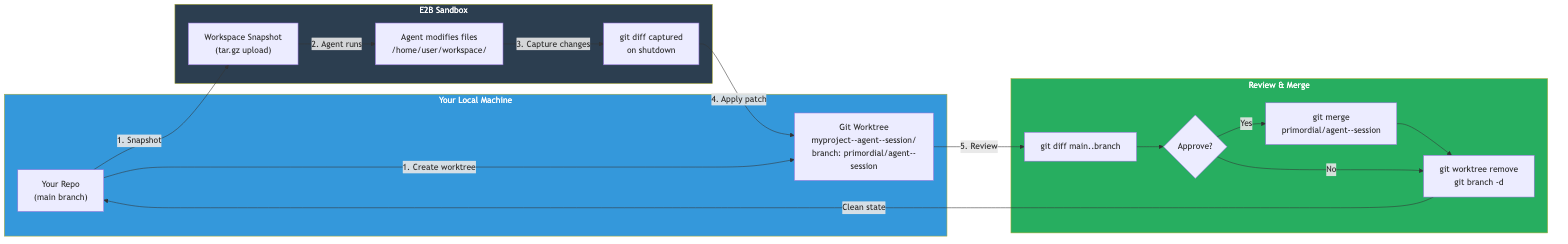
This is docs/diagrams/workspace-isolation.png from andybrowning5/primordial-agentstore, a Mermaid export, as it was before one commit. Its source is kept beside it as docs/diagrams/workspace-isolation.mmd. Its diagram source:
```mermaid
graph LR
    subgraph Local["Your Local Machine"]
        Main["Your Repo<br/>(main branch)"]
        WT["Git Worktree<br/>myproject--agent--session/<br/>branch: primordial/agent--session"]
    end

    subgraph Cloud["E2B Sandbox"]
        Snapshot["Workspace Snapshot<br/>(tar.gz upload)"]
        AgentWork["Agent modifies files<br/>/home/user/workspace/"]
        Diff["git diff captured<br/>on shutdown"]
    end

    subgraph Review["Review & Merge"]
        GitDiff["git diff main..branch"]
        Approve{Approve?}
        Merge["git merge<br/>primordial/agent--session"]
        Cleanup["git worktree remove<br/>git branch -d"]
    end

    Main -->|"1. Snapshot"| Snapshot
    Main -->|"1. Create worktree"| WT
    Snapshot -->|"2. Agent runs"| AgentWork
    AgentWork -->|"3. Capture changes"| Diff
    Diff -->|"4. Apply patch"| WT
    WT -->|"5. Review"| GitDiff
    GitDiff --> Approve
    Approve -->|Yes| Merge
    Merge --> Cleanup
    Approve -->|No| Cleanup
    Cleanup -->|"Clean state"| Main

    style Local fill:#3498DB,color:#fff
    style Cloud fill:#2C3E50,color:#fff
    style Review fill:#27AE60,color:#fff
```
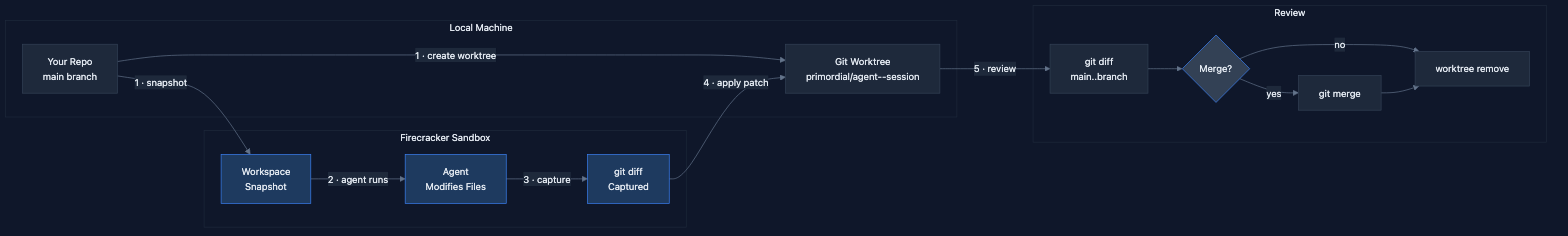
Later version of the same file.

What changed in the source:
```diff
@@ -1,34 +1,36 @@
 graph LR
-    subgraph Local["Your Local Machine"]
-        Main["Your Repo<br/>(main branch)"]
-        WT["Git Worktree<br/>myproject--agent--session/<br/>branch: primordial/agent--session"]
+    subgraph local ["Local Machine"]
+        repo["Your Repo\nmain branch"]
+        wt["Git Worktree\nprimordial/agent--session"]
     end
 
-    subgraph Cloud["E2B Sandbox"]
-        Snapshot["Workspace Snapshot<br/>(tar.gz upload)"]
-        AgentWork["Agent modifies files<br/>/home/user/workspace/"]
-        Diff["git diff captured<br/>on shutdown"]
+    subgraph cloud ["Firecracker Sandbox"]
+        snap["Workspace\nSnapshot"]
+        work["Agent\nModifies Files"]
+        diff["git diff\nCaptured"]
     end
 
-    subgraph Review["Review & Merge"]
-        GitDiff["git diff main..branch"]
-        Approve{Approve?}
-        Merge["git merge<br/>primordial/agent--session"]
-        Cleanup["git worktree remove<br/>git branch -d"]
+    subgraph review ["Review"]
+        check["git diff\nmain..branch"]
+        decide{Merge?}
+        merge["git merge"]
+        cleanup["worktree remove"]
     end
 
-    Main -->|"1. Snapshot"| Snapshot
-    Main -->|"1. Create worktree"| WT
-    Snapshot -->|"2. Agent runs"| AgentWork
-    AgentWork -->|"3. Capture changes"| Diff
-    Diff -->|"4. Apply patch"| WT
-    WT -->|"5. Review"| GitDiff
-    GitDiff --> Approve
-    Approve -->|Yes| Merge
-    Merge --> Cleanup
-    Approve -->|No| Cleanup
-    Cleanup -->|"Clean state"| Main
+    repo -->|"1 · snapshot"| snap
+    repo -->|"1 · create worktree"| wt
+    snap -->|"2 · agent runs"| work
+    work -->|"3 · capture"| diff
+    diff -->|"4 · apply patch"| wt
+    wt -->|"5 · review"| check
+    check --> decide
+    decide -->|yes| merge
+    decide -->|no| cleanup
+    merge --> cleanup
 
-    style Local fill:#3498DB,color:#fff
-    style Cloud fill:#2C3E50,color:#fff
-    style Review fill:#27AE60,color:#fff
+    classDef default fill:#1e293b,stroke:#334155,color:#e2e8f0
+    classDef accent fill:#1e3a5f,stroke:#3b82f6,color:#e2e8f0
+    classDef decision fill:#334155,stroke:#3b82f6,color:#e2e8f0
+
+    class snap,work,diff accent
+    class decide decision
```
